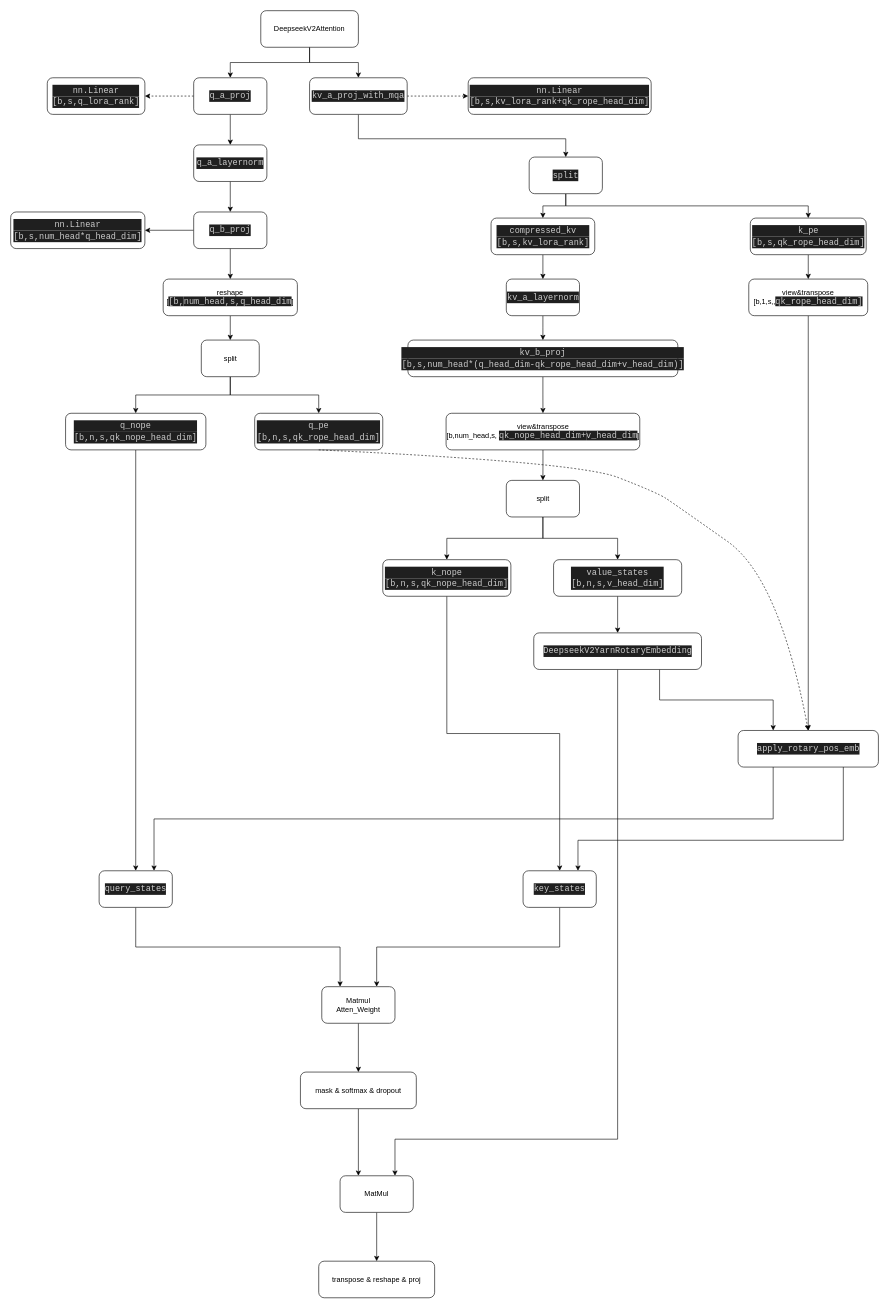
This is page "DeepseekV2Attention" (4 of 5) of Model/LLM/DeepseekV2/deepseekv2.drawio from huangZchao/LLM-Notebook, a draw.io file, before an edit. Source tidied: cells renumbered, new cells numbered last; positions are measured from the earlier drawing's top-left corner, leaving out a move shared by most shapes. Both pictures are drawn from the tidied source at 61%, with x=0, y=0 at pixel (10, 10).
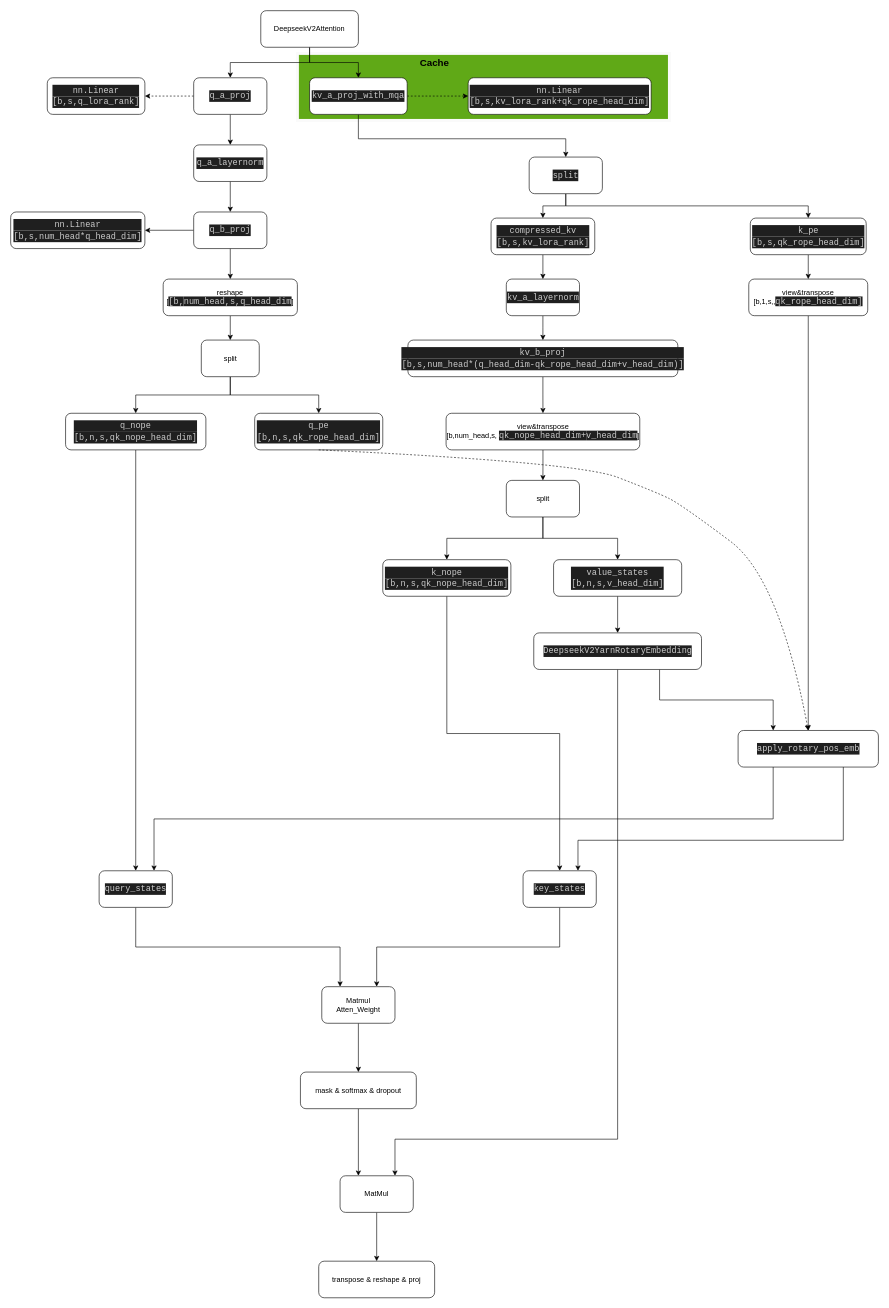
The same page after the edit.

Unchanged cells that the change refers to:
```xml
<mxCell id="28" value="&lt;div style=&quot;color: #cccccc;background-color: #1f1f1f;font-family: Consolas, 'Courier New', monospace;font-weight: normal;font-size: 14px;line-height: 19px;white-space: pre;&quot;&gt;&lt;div&gt;&lt;span style=&quot;color: #cccccc;&quot;&gt;q_pe&lt;/span&gt;&lt;/div&gt;&lt;div&gt;&lt;span style=&quot;color: #cccccc;&quot;&gt;[b,n,s,&lt;/span&gt;qk_rope_head_dim]&lt;/div&gt;&lt;/div&gt;" style="rounded=1;whiteSpace=wrap;html=1;" parent="1" vertex="1">
  <mxGeometry x="400" y="660" width="210" height="60" as="geometry" />
</mxCell>
<mxCell id="54" value="&lt;div style=&quot;color: rgb(204, 204, 204); background-color: rgb(31, 31, 31); font-family: Consolas, &amp;quot;Courier New&amp;quot;, monospace; font-size: 14px; line-height: 19px; white-space: pre;&quot;&gt;apply_rotary_pos_emb&lt;/div&gt;" style="whiteSpace=wrap;html=1;rounded=1;" parent="1" vertex="1">
  <mxGeometry x="1192.5" y="1180" width="230" height="60" as="geometry" />
</mxCell>
```

Diff of the diagram source:
```diff
@@
+    <mxCell id="67" style="rounded=0;whiteSpace=wrap;html=1;fillColor=#60a917;fontColor=#ffffff;strokeColor=#fafafa;strokeWidth=5;" parent="1" vertex="1">
+      <mxGeometry x="470" y="70" width="610" height="110" as="geometry" />
+    </mxCell>
@@
     <mxCell id="55" style="curved=1;endArrow=classic;html=1;rounded=0;exitX=0.5;exitY=1;exitDx=0;exitDy=0;entryX=0.5;entryY=0;entryDx=0;entryDy=0;dashed=1;" parent="1" edge="1" source="28" target="54">
       <mxGeometry relative="1" as="geometry">
         <Array as="points">
           <mxPoint x="930" y="740" />
           <mxPoint x="1060" y="790" />
-          <mxPoint x="1090" y="810" />
+          <mxPoint x="1100" y="810" />
           <mxPoint x="1260" y="930" />
         </Array>
       </mxGeometry>
     </mxCell>
@@
+    <mxCell id="68" value="&lt;b&gt;&lt;font style=&quot;font-size: 16px;&quot;&gt;Cache&lt;/font&gt;&lt;/b&gt;" style="text;html=1;align=center;verticalAlign=middle;whiteSpace=wrap;rounded=0;" parent="1" vertex="1">
+      <mxGeometry x="665" y="70" width="60" height="30" as="geometry" />
+    </mxCell>
```
